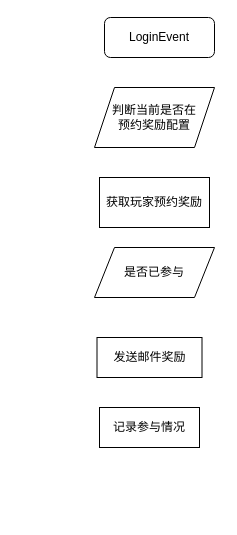
The draw.io diagram 公测活动奖励预约.drawio in Ordertiny/graph, before the edit. Source tidied: cells renumbered, new cells numbered last; positions are measured from the earlier drawing's top-left corner, leaving out a move shared by most shapes. Both pictures are drawn from the tidied source at 100%, with x=0, y=0 at pixel (94, 17).
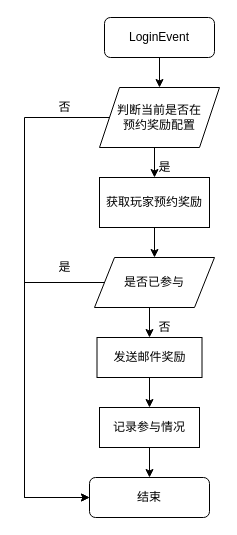
After the change.

Commit message (it also covers changes not shown here):
更新公测活动奖励预约.drawio

The change refers to these unchanged cells:
```xml
<mxCell id="2" value="LoginEvent" style="rounded=1;whiteSpace=wrap;html=1;" parent="1" vertex="1">
  <mxGeometry x="10" width="110" height="40" as="geometry" />
</mxCell>
<mxCell id="4" value="获取玩家预约奖励" style="rounded=0;whiteSpace=wrap;html=1;" parent="1" vertex="1">
  <mxGeometry x="5" y="160" width="110" height="50" as="geometry" />
</mxCell>
<mxCell id="6" value="发送邮件奖励" style="rounded=0;whiteSpace=wrap;html=1;" parent="1" vertex="1">
  <mxGeometry x="2.5" y="320" width="105" height="40" as="geometry" />
</mxCell>
<mxCell id="7" value="记录参与情况" style="rounded=0;whiteSpace=wrap;html=1;" parent="1" vertex="1">
  <mxGeometry x="5" y="390" width="100" height="40" as="geometry" />
</mxCell>
```

Change to the diagram source:
```diff
@@
+    <mxCell id="8" style="edgeStyle=orthogonalEdgeStyle;rounded=0;jettySize=auto;html=1;exitX=0.5;exitY=1;exitDx=0;exitDy=0;" parent="1" edge="1" source="2" target="3">
+      <mxGeometry relative="1" as="geometry" />
+    </mxCell>
@@
+    <mxCell id="9" style="edgeStyle=orthogonalEdgeStyle;rounded=0;jettySize=auto;html=1;exitX=0.5;exitY=1;exitDx=0;exitDy=0;entryX=0.5;entryY=0;entryDx=0;entryDy=0;" parent="1" edge="1" source="3" target="4">
+      <mxGeometry relative="1" as="geometry" />
+    </mxCell>
+    <mxCell id="10" style="edgeStyle=orthogonalEdgeStyle;rounded=0;jettySize=auto;html=1;exitX=0;exitY=0.5;exitDx=0;exitDy=0;entryX=0;entryY=0.5;entryDx=0;entryDy=0;" parent="1" edge="1" source="3" target="16">
+      <mxGeometry relative="1" as="geometry">
+        <Array as="points">
+          <mxPoint x="-70" y="100" />
+          <mxPoint x="-70" y="480" />
+        </Array>
+      </mxGeometry>
+    </mxCell>
     <mxCell id="3" value="判断当前是否在&lt;br&gt;预约奖励配置" style="shape=parallelogram;perimeter=parallelogramPerimeter;whiteSpace=wrap;html=1;fixedSize=1;" parent="1" vertex="1">
-      <mxGeometry y="70" width="120" height="60" as="geometry" />
+      <mxGeometry x="5" y="70" width="120" height="60" as="geometry" />
     </mxCell>
+    <mxCell id="11" style="edgeStyle=orthogonalEdgeStyle;rounded=0;jettySize=auto;html=1;exitX=0.5;exitY=1;exitDx=0;exitDy=0;" parent="1" edge="1" source="4" target="5">
+      <mxGeometry relative="1" as="geometry" />
+    </mxCell>
@@
+    <mxCell id="12" style="edgeStyle=orthogonalEdgeStyle;rounded=0;jettySize=auto;html=1;exitX=0.5;exitY=1;exitDx=0;exitDy=0;entryX=0.5;entryY=0;entryDx=0;entryDy=0;" parent="1" edge="1" source="5" target="6">
+      <mxGeometry relative="1" as="geometry" />
+    </mxCell>
+    <mxCell id="13" style="edgeStyle=orthogonalEdgeStyle;rounded=0;jettySize=auto;html=1;exitX=0;exitY=0.5;exitDx=0;exitDy=0;entryX=0;entryY=0.5;entryDx=0;entryDy=0;" parent="1" edge="1" source="5" target="16">
+      <mxGeometry relative="1" as="geometry">
+        <Array as="points">
+          <mxPoint x="-70" y="265" />
+          <mxPoint x="-70" y="480" />
+        </Array>
+      </mxGeometry>
+    </mxCell>
     <mxCell id="5" value="是否已参与" style="shape=parallelogram;perimeter=parallelogramPerimeter;whiteSpace=wrap;html=1;fixedSize=1;" parent="1" vertex="1">
-      <mxGeometry y="230" width="120" height="50" as="geometry" />
+      <mxGeometry y="240" width="120" height="50" as="geometry" />
     </mxCell>
+    <mxCell id="14" style="edgeStyle=orthogonalEdgeStyle;rounded=0;jettySize=auto;html=1;exitX=0.5;exitY=1;exitDx=0;exitDy=0;" parent="1" edge="1" source="6" target="7">
+      <mxGeometry relative="1" as="geometry" />
+    </mxCell>
@@
+    <mxCell id="15" style="edgeStyle=orthogonalEdgeStyle;rounded=0;jettySize=auto;html=1;exitX=0.5;exitY=1;exitDx=0;exitDy=0;entryX=0.5;entryY=0;entryDx=0;entryDy=0;" parent="1" edge="1" source="7" target="16">
+      <mxGeometry relative="1" as="geometry" />
+    </mxCell>
@@
+    <mxCell id="16" value="结束" style="rounded=1;whiteSpace=wrap;html=1;" parent="1" vertex="1">
+      <mxGeometry x="-5" y="460" width="120" height="40" as="geometry" />
+    </mxCell>
+    <mxCell id="17" value="否" style="text;html=1;align=center;verticalAlign=middle;strokeColor=none;fillColor=none;" parent="1" vertex="1">
+      <mxGeometry x="-45" y="80" width="30" height="20" as="geometry" />
+    </mxCell>
+    <mxCell id="18" value="是" style="text;html=1;align=center;verticalAlign=middle;strokeColor=none;fillColor=none;" parent="1" vertex="1">
+      <mxGeometry x="-45" y="240" width="30" height="20" as="geometry" />
+    </mxCell>
+    <mxCell id="19" value="否" style="text;html=1;align=center;verticalAlign=middle;strokeColor=none;fillColor=none;" parent="1" vertex="1">
+      <mxGeometry x="55" y="300" width="30" height="20" as="geometry" />
+    </mxCell>
+    <mxCell id="20" value="是" style="text;html=1;align=center;verticalAlign=middle;strokeColor=none;fillColor=none;" parent="1" vertex="1">
+      <mxGeometry x="55" y="140" width="30" height="20" as="geometry" />
+    </mxCell>
```
